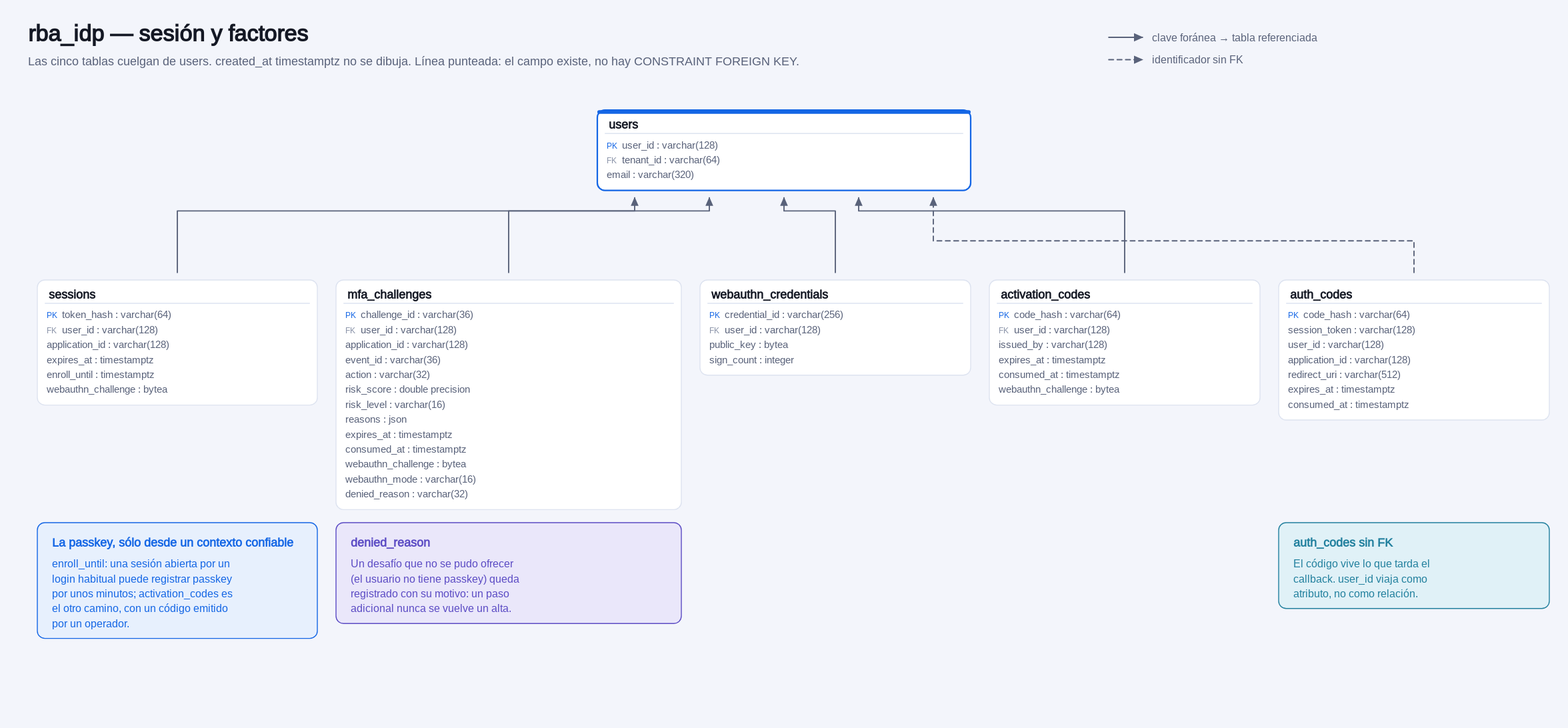
Before: diagrams/svg/05-schema-idp-runtime.svg, a diagram exported from PlantUML (roku-pfi/docs). Its source is kept beside it as diagrams/puml/05-schema-idp-runtime.puml. Source of this version:
```plantuml
@startuml 05-schema-idp-runtime

!include _style.puml
hide circle
hide methods
skinparam linetype ortho

title rba_idp — sesión y factores

entity "users" as users #line:4C5FE0;line.bold {
  * user_id : varchar(128) <<PK>>
  --
  email : varchar(320) <<UQ>>
}

entity "sessions" as sessions {
  * token_hash : varchar(64) <<PK>>
  --
  user_id : varchar(128) <<FK>>
  application_id : varchar(128)
  expires_at : timestamptz
}

entity "mfa_challenges" as mfa {
  * challenge_id : varchar(36) <<PK>>
  --
  user_id : varchar(128) <<FK>>
  application_id : varchar(128)
  event_id : varchar(36)
  action : varchar(32)
  risk_score : double precision
  risk_level : varchar(16)
  reasons : json
  expires_at : timestamptz
  consumed_at : timestamptz
  webauthn_challenge : bytea
  webauthn_mode : varchar(16)
}

entity "webauthn_credentials" as wa {
  * credential_id : varchar(256) <<PK>>
  --
  user_id : varchar(128) <<FK>>
  public_key : bytea
  sign_count : integer
}

entity "auth_codes" as codes {
  * code_hash : varchar(64) <<PK>>
  --
  session_token : varchar(128)
  user_id : varchar(128)
  application_id : varchar(128)
  redirect_uri : varchar(512)
  expires_at : timestamptz
  consumed_at : timestamptz
}

sessions --> users
mfa --> users
wa --> users
codes ..> users

@enduml
```
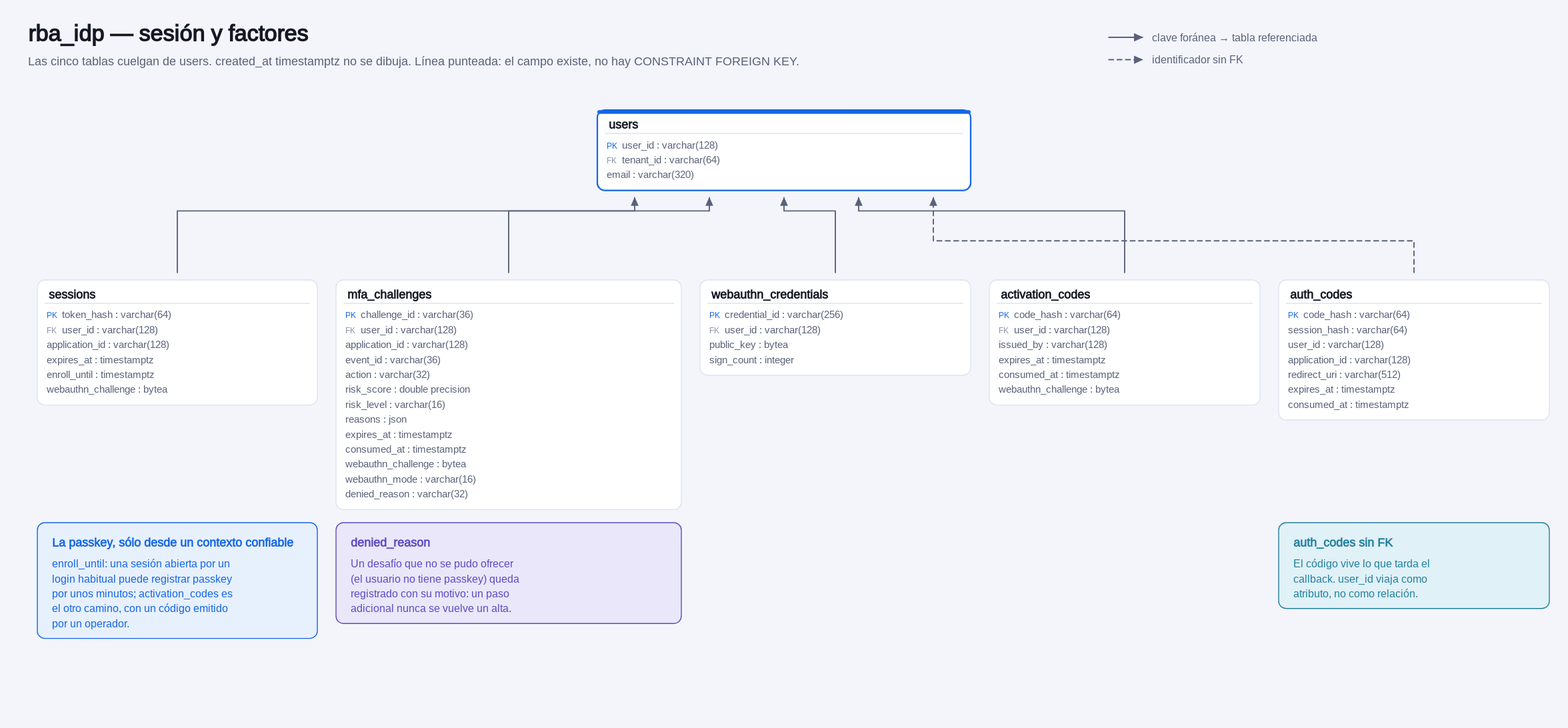
Above is the later version.

Commit message:
docs: C2 fix (session hash in auth_codes), informe note 18; sequence figures use break and the HttpOnly note

Diff of the diagram source:
```diff
@@ -48,7 +48,7 @@
 entity "auth_codes" as codes {
   * code_hash : varchar(64) <<PK>>
   --
-  session_token : varchar(128)
+  session_hash : varchar(64)
   user_id : varchar(128)
   application_id : varchar(128)
   redirect_uri : varchar(512)
```
